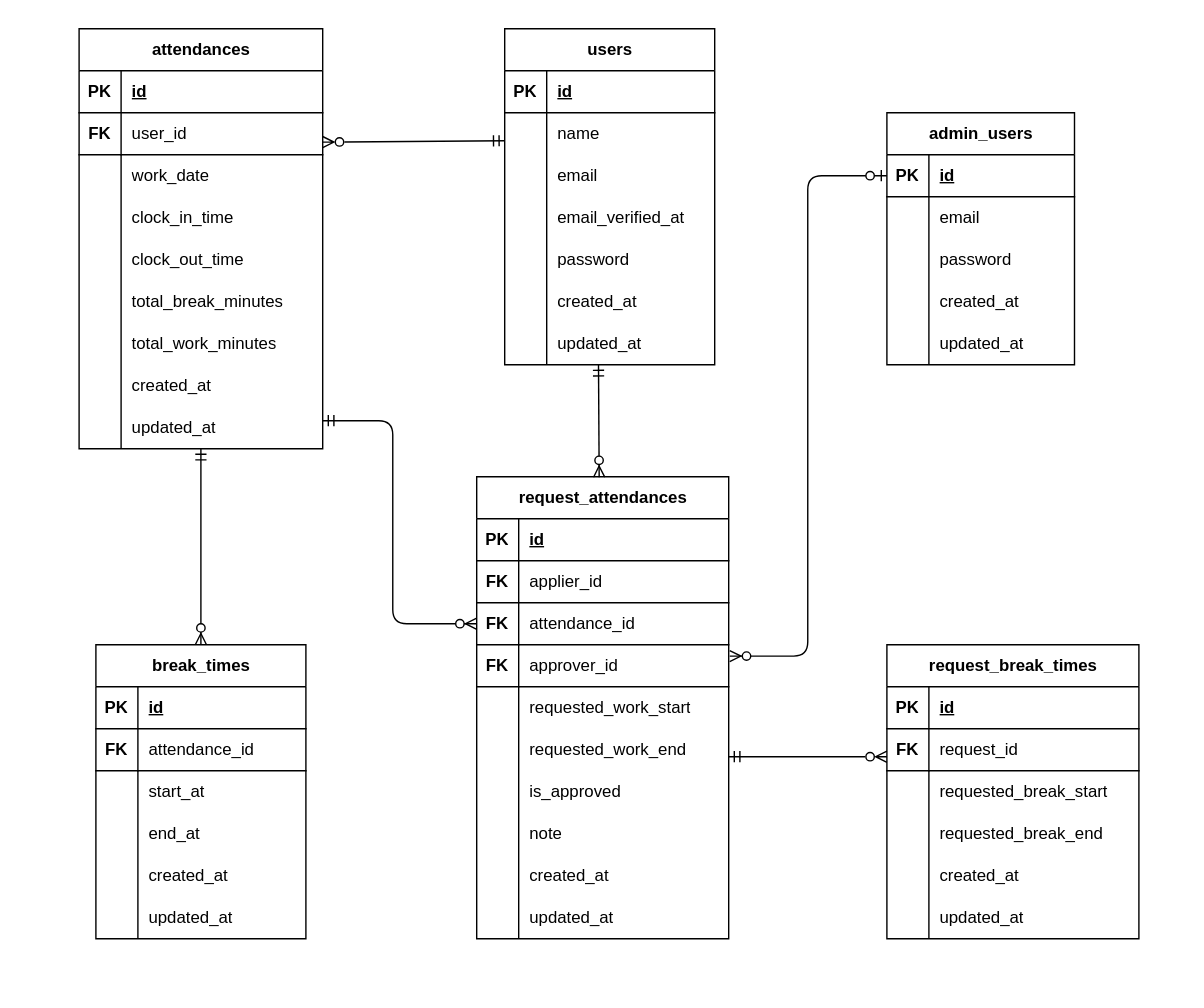
Above: ER.drawio.svg in mutoryoko/Attendance-Management (draw.io), before the change. Source tidied: cells renumbered, new cells last; positions are measured from the earlier drawing's top-left corner, leaving out a move shared by most shapes.
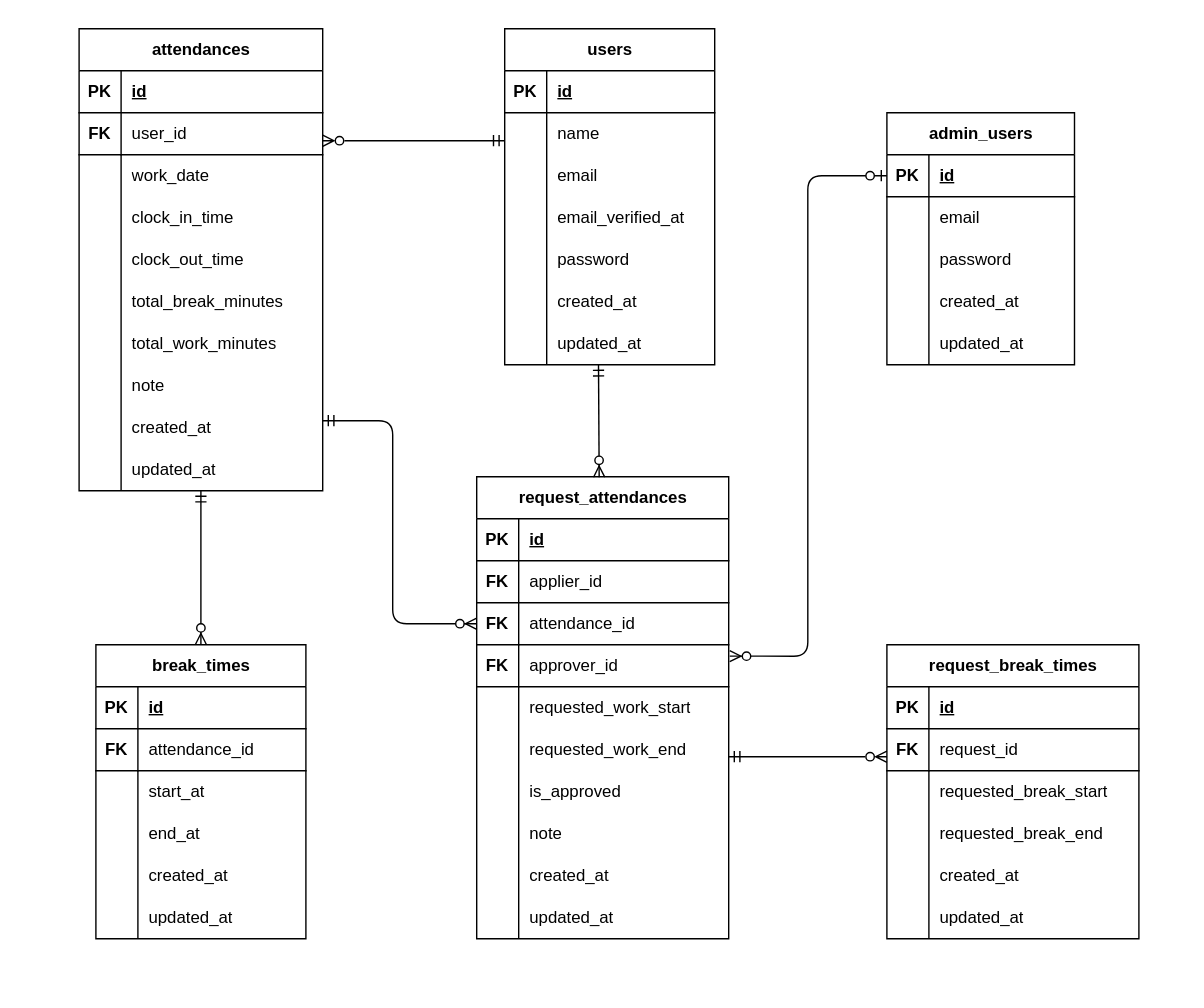
Later version of the same file.

Commit message:
ER図とREADMEの修正

Change to the diagram source:
```diff
@@ -120,7 +120,7 @@
       <mxGeometry x="30" width="104" height="30" as="geometry" />
     </mxCell>
     <mxCell id="41" value="attendances" style="shape=table;startSize=30;rowLines=0;fontStyle=1;align=center;html=1;" parent="1" vertex="1">
-      <mxGeometry x="56" y="20" width="174" height="300" as="geometry" />
+      <mxGeometry x="56" y="20" width="174" height="330" as="geometry" />
     </mxCell>
     <mxCell id="42" style="shape=tableRow;horizontal=0;startSize=0;swimlaneHead=0;swimlaneBody=0;fillColor=none;top=0;left=0;right=0;bottom=1;" parent="41" vertex="1">
       <mxGeometry y="30" width="174" height="30" as="geometry" />
@@ -185,8 +185,17 @@
     <mxCell id="62" value="total_work_minutes" style="shape=partialRectangle;fillColor=none;top=0;left=0;bottom=0;right=0;align=left;spacingLeft=6;overflow=hidden;whiteSpace=wrap;html=1;" parent="60" vertex="1">
       <mxGeometry x="30" width="144" height="30" as="geometry" />
     </mxCell>
+    <mxCell id="144" style="shape=tableRow;horizontal=0;startSize=0;swimlaneHead=0;swimlaneBody=0;fillColor=none;top=0;left=0;right=0;bottom=0;" parent="41" vertex="1">
+      <mxGeometry y="240" width="174" height="30" as="geometry" />
+    </mxCell>
+    <mxCell id="145" style="shape=partialRectangle;fillColor=none;top=0;left=0;bottom=0;right=0;overflow=hidden;whiteSpace=wrap;html=1;" parent="144" vertex="1">
+      <mxGeometry width="30" height="30" as="geometry" />
+    </mxCell>
+    <mxCell id="146" value="note" style="shape=partialRectangle;fillColor=none;top=0;left=0;bottom=0;right=0;align=left;spacingLeft=6;overflow=hidden;whiteSpace=wrap;html=1;" parent="144" vertex="1">
+      <mxGeometry x="30" width="144" height="30" as="geometry" />
+    </mxCell>
     <mxCell id="63" style="shape=tableRow;horizontal=0;startSize=0;swimlaneHead=0;swimlaneBody=0;fillColor=none;top=0;left=0;right=0;bottom=0;" parent="41" vertex="1">
-      <mxGeometry y="240" width="174" height="30" as="geometry" />
+      <mxGeometry y="270" width="174" height="30" as="geometry" />
     </mxCell>
     <mxCell id="64" style="shape=partialRectangle;fillColor=none;top=0;left=0;bottom=0;right=0;overflow=hidden;whiteSpace=wrap;html=1;" parent="63" vertex="1">
       <mxGeometry width="30" height="30" as="geometry" />
@@ -195,7 +204,7 @@
       <mxGeometry x="30" width="144" height="30" as="geometry" />
     </mxCell>
     <mxCell id="66" style="shape=tableRow;horizontal=0;startSize=0;swimlaneHead=0;swimlaneBody=0;fillColor=none;points=[[0,0.5],[1,0.5]];portConstraint=eastwest;top=0;left=0;right=0;bottom=0;" parent="41" vertex="1">
-      <mxGeometry y="270" width="174" height="30" as="geometry" />
+      <mxGeometry y="300" width="174" height="30" as="geometry" />
     </mxCell>
     <mxCell id="67" style="shape=partialRectangle;fillColor=none;top=0;left=0;bottom=0;right=0;overflow=hidden;whiteSpace=wrap;html=1;" parent="66" vertex="1">
       <mxGeometry width="30" height="30" as="geometry" />
@@ -319,7 +328,7 @@
     </mxCell>
     <mxCell id="107" style="fontSize=12;html=1;endArrow=ERmandOne;startArrow=ERzeroToMany;startFill=0;" parent="1" edge="1">
       <mxGeometry relative="1" as="geometry">
-        <mxPoint x="230" y="101" as="sourcePoint" />
+        <mxPoint x="230" y="100" as="sourcePoint" />
         <mxPoint x="360" y="100" as="targetPoint" />
       </mxGeometry>
     </mxCell>
```
